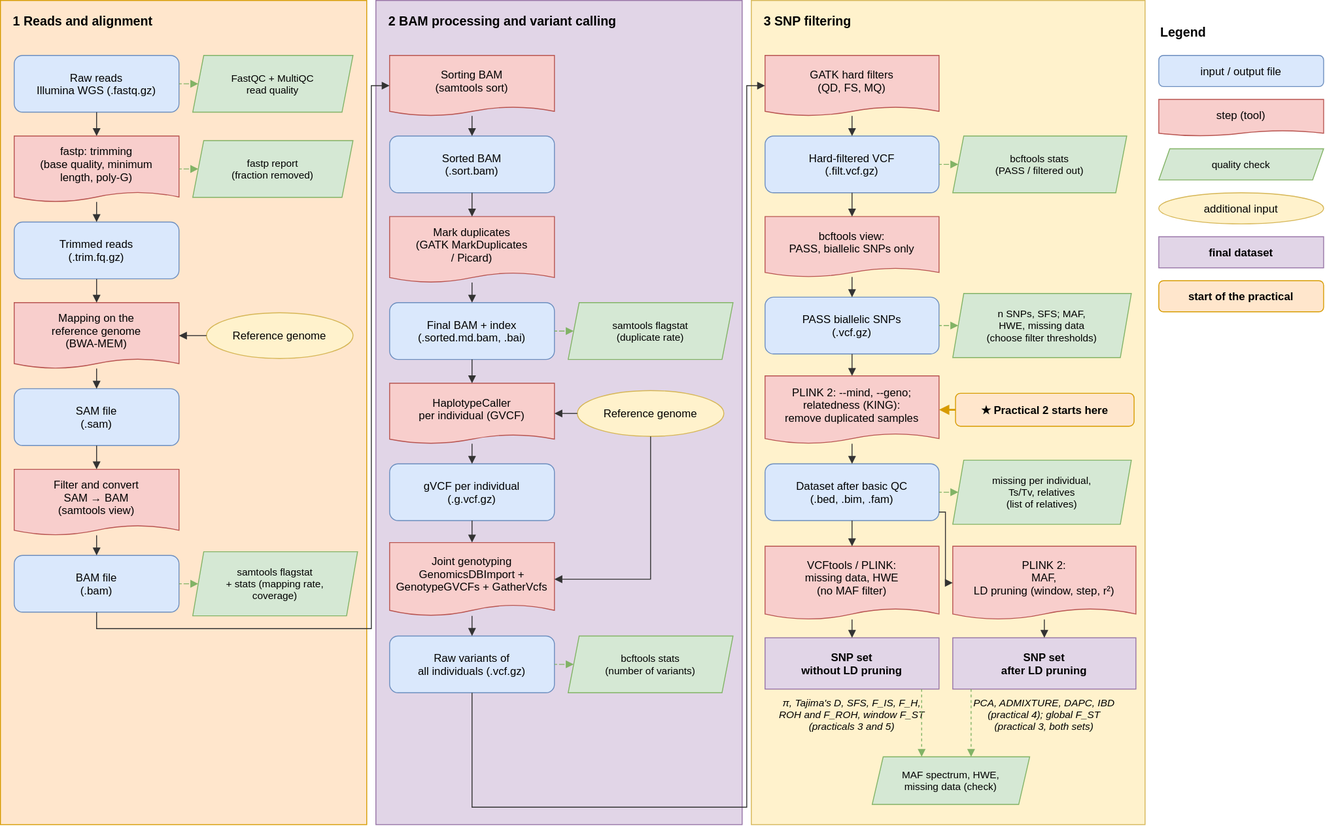
Before: E2_plink_EN/images/snp_pipeline_EN.drawio.svg, a diagram exported from draw.io (UrskaGeric/EPG). Source tidied: cells renumbered, new cells last; positions are measured from the earlier drawing's top-left corner, leaving out a move shared by most shapes.
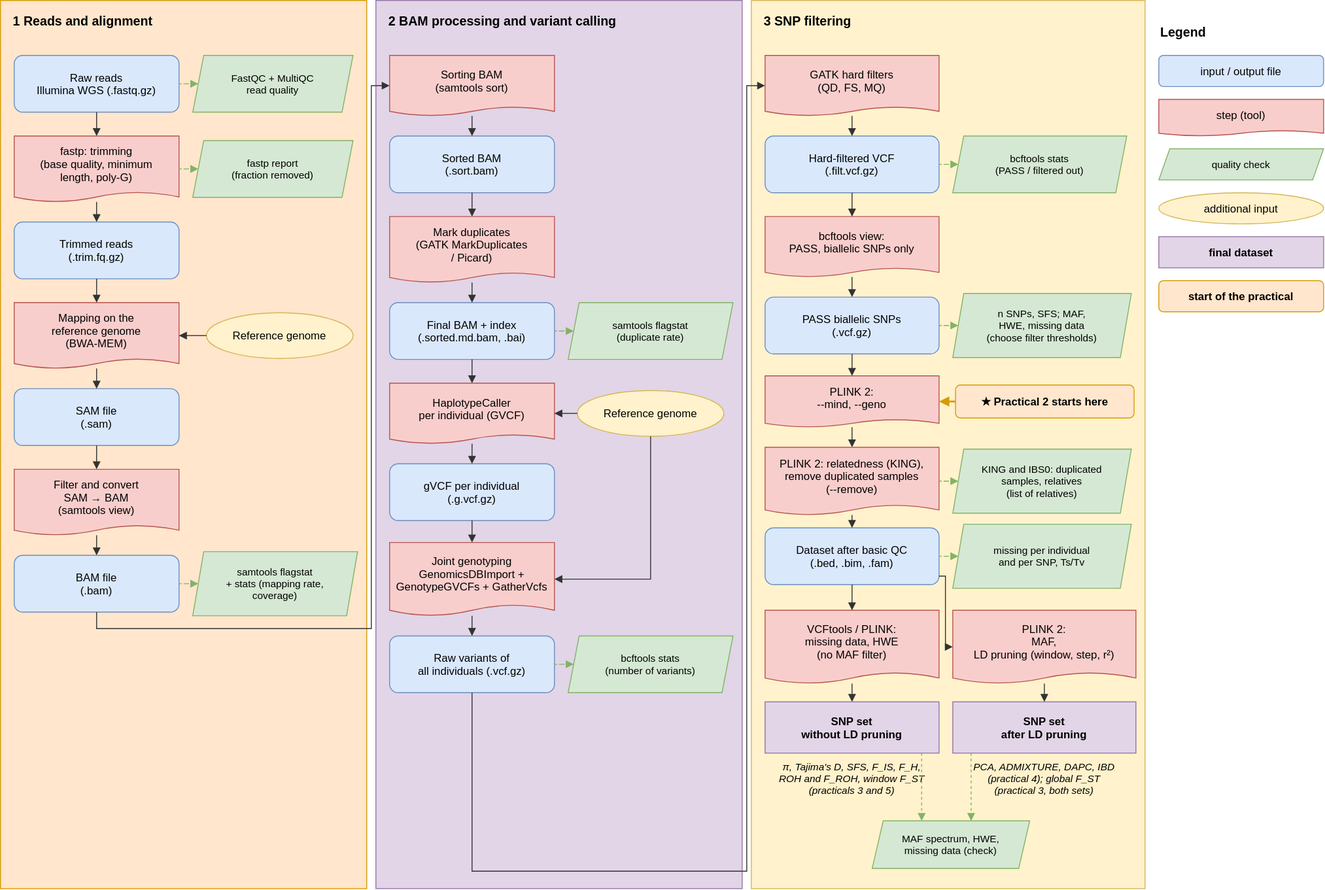
The same diagram one commit later.

What changed in the source:
```diff
@@ -3,19 +3,19 @@
     <mxCell id="0" />
     <mxCell id="1" parent="0" />
     <mxCell id="2" style="rounded=0;html=0;fillColor=#ffe6cc;strokeColor=#d79b00;" parent="1" vertex="1">
-      <mxGeometry width="400" height="900" as="geometry" />
+      <mxGeometry width="400" height="970" as="geometry" />
     </mxCell>
     <mxCell id="3" value="1  Reads and alignment" style="text;html=0;align=left;verticalAlign=top;fontSize=14;fontStyle=1;" parent="1" vertex="1">
       <mxGeometry x="12" y="8" width="376" height="30" as="geometry" />
     </mxCell>
     <mxCell id="4" style="rounded=0;html=0;fillColor=#e1d5e7;strokeColor=#9673a6;" parent="1" vertex="1">
-      <mxGeometry x="410" width="400" height="900" as="geometry" />
+      <mxGeometry x="410" width="400" height="970" as="geometry" />
     </mxCell>
     <mxCell id="5" value="2  BAM processing and variant calling" style="text;html=0;align=left;verticalAlign=top;fontSize=14;fontStyle=1;" parent="1" vertex="1">
       <mxGeometry x="422" y="8" width="376" height="30" as="geometry" />
     </mxCell>
     <mxCell id="6" style="rounded=0;html=0;fillColor=#fff2cc;strokeColor=#d6b656;" parent="1" vertex="1">
-      <mxGeometry x="820" width="430" height="900" as="geometry" />
+      <mxGeometry x="820" width="430" height="970" as="geometry" />
     </mxCell>
     <mxCell id="7" value="3  SNP filtering" style="text;html=0;align=left;verticalAlign=top;fontSize=14;fontStyle=1;" parent="1" vertex="1">
       <mxGeometry x="832" y="8" width="406" height="30" as="geometry" />
@@ -181,31 +181,31 @@
       <mxGeometry x="1040" y="320" width="195" height="70" as="geometry" />
     </mxCell>
     <mxCell id="58" value="VCFtools / PLINK:&#10;missing data, HWE&#10;(no MAF filter)" style="shape=document;html=0;boundedLbl=1;size=0.15;fillColor=#f8cecc;strokeColor=#b85450;fontSize=12;" parent="1" vertex="1">
-      <mxGeometry x="835" y="596" width="190" height="80" as="geometry" />
+      <mxGeometry x="835" y="666" width="190" height="80" as="geometry" />
     </mxCell>
     <mxCell id="59" value="PLINK 2:&#10;MAF,&#10;LD pruning (window, step, r²)" style="shape=document;html=0;boundedLbl=1;size=0.15;fillColor=#f8cecc;strokeColor=#b85450;fontSize=12;" parent="1" vertex="1">
-      <mxGeometry x="1040" y="596" width="200" height="80" as="geometry" />
+      <mxGeometry x="1040" y="666" width="200" height="80" as="geometry" />
     </mxCell>
     <mxCell id="60" value="SNP set&#10;without LD pruning" style="rounded=0;html=0;fillColor=#e1d5e7;strokeColor=#9673a6;fontSize=12;fontStyle=1;" parent="1" vertex="1">
-      <mxGeometry x="835" y="696" width="190" height="56" as="geometry" />
+      <mxGeometry x="835" y="766" width="190" height="56" as="geometry" />
     </mxCell>
     <mxCell id="61" value="SNP set&#10;after LD pruning" style="rounded=0;html=0;fillColor=#e1d5e7;strokeColor=#9673a6;fontSize=12;fontStyle=1;" parent="1" vertex="1">
-      <mxGeometry x="1040" y="696" width="200" height="56" as="geometry" />
+      <mxGeometry x="1040" y="766" width="200" height="56" as="geometry" />
     </mxCell>
     <mxCell id="62" value="π, Tajima's D, SFS, F_IS, F_H,&#10;ROH and F_ROH, window F_ST&#10;(practicals 3 and 5)" style="text;html=0;align=center;verticalAlign=top;fontSize=11;fontStyle=2;" parent="1" vertex="1">
-      <mxGeometry x="835" y="754" width="190" height="60" as="geometry" />
+      <mxGeometry x="835" y="824" width="190" height="60" as="geometry" />
     </mxCell>
     <mxCell id="63" value="PCA, ADMIXTURE, DAPC, IBD&#10;(practical 4); global F_ST&#10;(practical 3, both sets)" style="text;html=0;align=center;verticalAlign=top;fontSize=11;fontStyle=2;" parent="1" vertex="1">
-      <mxGeometry x="1040" y="754" width="200" height="60" as="geometry" />
+      <mxGeometry x="1040" y="824" width="200" height="60" as="geometry" />
     </mxCell>
     <mxCell id="64" value="MAF spectrum, HWE,&#10;missing data (check)" style="shape=parallelogram;perimeter=parallelogramPerimeter;html=0;fixedSize=1;size=12;fillColor=#d5e8d4;strokeColor=#82b366;fontSize=11;" parent="1" vertex="1">
-      <mxGeometry x="952" y="826" width="172" height="52" as="geometry" />
+      <mxGeometry x="952" y="896" width="172" height="52" as="geometry" />
     </mxCell>
     <mxCell id="65" style="edgeStyle=orthogonalEdgeStyle;rounded=0;html=0;endArrow=block;endFill=1;strokeColor=#333333;exitX=0.5;exitY=1;exitDx=0;exitDy=0;entryX=0;entryY=0.5;entryDx=0;entryDy=0;" parent="1" edge="1" source="38" target="52">
       <mxGeometry relative="1" as="geometry">
         <Array as="points">
-          <mxPoint x="515" y="881" />
-          <mxPoint x="815" y="881" />
+          <mxPoint x="515" y="951" />
+          <mxPoint x="815" y="951" />
           <mxPoint x="815" y="93" />
         </Array>
       </mxGeometry>
@@ -226,7 +226,7 @@
       <mxGeometry relative="1" as="geometry" />
     </mxCell>
     <mxCell id="71" value="★ Practical 2 starts here" style="rounded=1;html=0;fillColor=#ffe6cc;strokeColor=#d79b00;fontSize=12;fontStyle=1;" parent="1" vertex="1">
-      <mxGeometry x="1043" y="429" width="195" height="36" as="geometry" />
+      <mxGeometry x="1043" y="420" width="195" height="36" as="geometry" />
     </mxCell>
     <mxCell id="72" style="edgeStyle=orthogonalEdgeStyle;rounded=0;html=0;endArrow=block;endFill=1;strokeColor=#333333;exitX=0.5;exitY=1;exitDx=0;exitDy=0;entryX=0.5;entryY=0;entryDx=0;entryDy=0;" parent="1" edge="1" source="58" target="60">
       <mxGeometry relative="1" as="geometry" />
@@ -261,19 +261,19 @@
     <mxCell id="82" value="start of the practical" style="rounded=1;html=0;fillColor=#ffe6cc;strokeColor=#d79b00;fontSize=12;fontStyle=1;" parent="1" vertex="1">
       <mxGeometry x="1265" y="306" width="180" height="34" as="geometry" />
     </mxCell>
-    <mxCell id="83" value="PLINK 2: --mind, --geno;&#10;relatedness (KING):&#10;remove duplicated samples" style="shape=document;html=0;boundedLbl=1;size=0.15;fillColor=#f8cecc;strokeColor=#b85450;fontSize=12;" parent="1" vertex="1">
-      <mxGeometry x="835" y="410" width="190" height="74" as="geometry" />
+    <mxCell id="83" value="PLINK 2:&#10;--mind, --geno" style="shape=document;html=0;boundedLbl=1;size=0.15;fillColor=#f8cecc;strokeColor=#b85450;fontSize=12;" parent="1" vertex="1">
+      <mxGeometry x="835" y="410" width="190" height="56" as="geometry" />
     </mxCell>
     <mxCell id="84" value="Dataset after basic QC&#10;(.bed, .bim, .fam)" style="rounded=1;html=0;fillColor=#dae8fc;strokeColor=#6c8ebf;fontSize=12;" parent="1" vertex="1">
-      <mxGeometry x="835" y="506" width="190" height="62" as="geometry" />
+      <mxGeometry x="835" y="576" width="190" height="62" as="geometry" />
     </mxCell>
-    <mxCell id="85" value="missing per individual,&#10;Ts/Tv, relatives&#10;(list of relatives)" style="shape=parallelogram;perimeter=parallelogramPerimeter;html=0;fixedSize=1;size=12;fillColor=#d5e8d4;strokeColor=#82b366;fontSize=11;" parent="1" vertex="1">
-      <mxGeometry x="1040" y="502" width="195" height="70" as="geometry" />
+    <mxCell id="85" value="missing per individual&#10;and per SNP, Ts/Tv" style="shape=parallelogram;perimeter=parallelogramPerimeter;html=0;fixedSize=1;size=12;fillColor=#d5e8d4;strokeColor=#82b366;fontSize=11;" parent="1" vertex="1">
+      <mxGeometry x="1040" y="572" width="195" height="70" as="geometry" />
     </mxCell>
     <mxCell id="86" style="edgeStyle=orthogonalEdgeStyle;rounded=0;html=0;endArrow=block;endFill=1;strokeColor=#333333;" parent="1" edge="1" source="56" target="83">
       <mxGeometry relative="1" as="geometry" />
     </mxCell>
-    <mxCell id="87" style="edgeStyle=orthogonalEdgeStyle;rounded=0;html=0;endArrow=block;endFill=1;strokeColor=#333333;" parent="1" edge="1" source="83" target="84">
+    <mxCell id="87" style="edgeStyle=orthogonalEdgeStyle;rounded=0;html=0;endArrow=block;endFill=1;strokeColor=#333333;" parent="1" edge="1" source="83" target="92">
       <mxGeometry relative="1" as="geometry" />
     </mxCell>
     <mxCell id="88" style="edgeStyle=orthogonalEdgeStyle;rounded=0;html=0;endArrow=block;endFill=1;strokeColor=#82b366;dashed=1;" parent="1" edge="1" source="84" target="85">
@@ -288,10 +288,22 @@
     <mxCell id="91" style="edgeStyle=orthogonalEdgeStyle;rounded=0;html=0;endArrow=block;endFill=1;strokeColor=#333333;exitX=1;exitY=0.85;exitDx=0;exitDy=0;entryX=0;entryY=0.5;entryDx=0;entryDy=0;" parent="1" edge="1" source="84" target="59">
       <mxGeometry relative="1" as="geometry">
         <Array as="points">
-          <mxPoint x="1032" y="559" />
-          <mxPoint x="1032" y="636" />
+          <mxPoint x="1032" y="629" />
+          <mxPoint x="1032" y="706" />
         </Array>
       </mxGeometry>
     </mxCell>
+    <mxCell id="92" value="PLINK 2: relatedness (KING),&#10;remove duplicated samples&#10;(--remove)" style="shape=document;html=0;boundedLbl=1;size=0.15;fillColor=#f8cecc;strokeColor=#b85450;fontSize=12;" parent="1" vertex="1">
+      <mxGeometry x="835" y="488" width="190" height="74" as="geometry" />
+    </mxCell>
+    <mxCell id="93" value="KING and IBS0: duplicated&#10;samples, relatives&#10;(list of relatives)" style="shape=parallelogram;perimeter=parallelogramPerimeter;html=0;fixedSize=1;size=12;fillColor=#d5e8d4;strokeColor=#82b366;fontSize=11;" parent="1" vertex="1">
+      <mxGeometry x="1040" y="490" width="195" height="70" as="geometry" />
+    </mxCell>
+    <mxCell id="94" style="edgeStyle=orthogonalEdgeStyle;rounded=0;html=0;endArrow=block;endFill=1;strokeColor=#333333;" parent="1" edge="1" source="92" target="84">
+      <mxGeometry relative="1" as="geometry" />
+    </mxCell>
+    <mxCell id="95" style="edgeStyle=orthogonalEdgeStyle;rounded=0;html=0;endArrow=block;endFill=1;strokeColor=#82b366;dashed=1;" parent="1" edge="1" source="92" target="93">
+      <mxGeometry relative="1" as="geometry" />
+    </mxCell>
   </root>
 </mxGraphModel>
```
